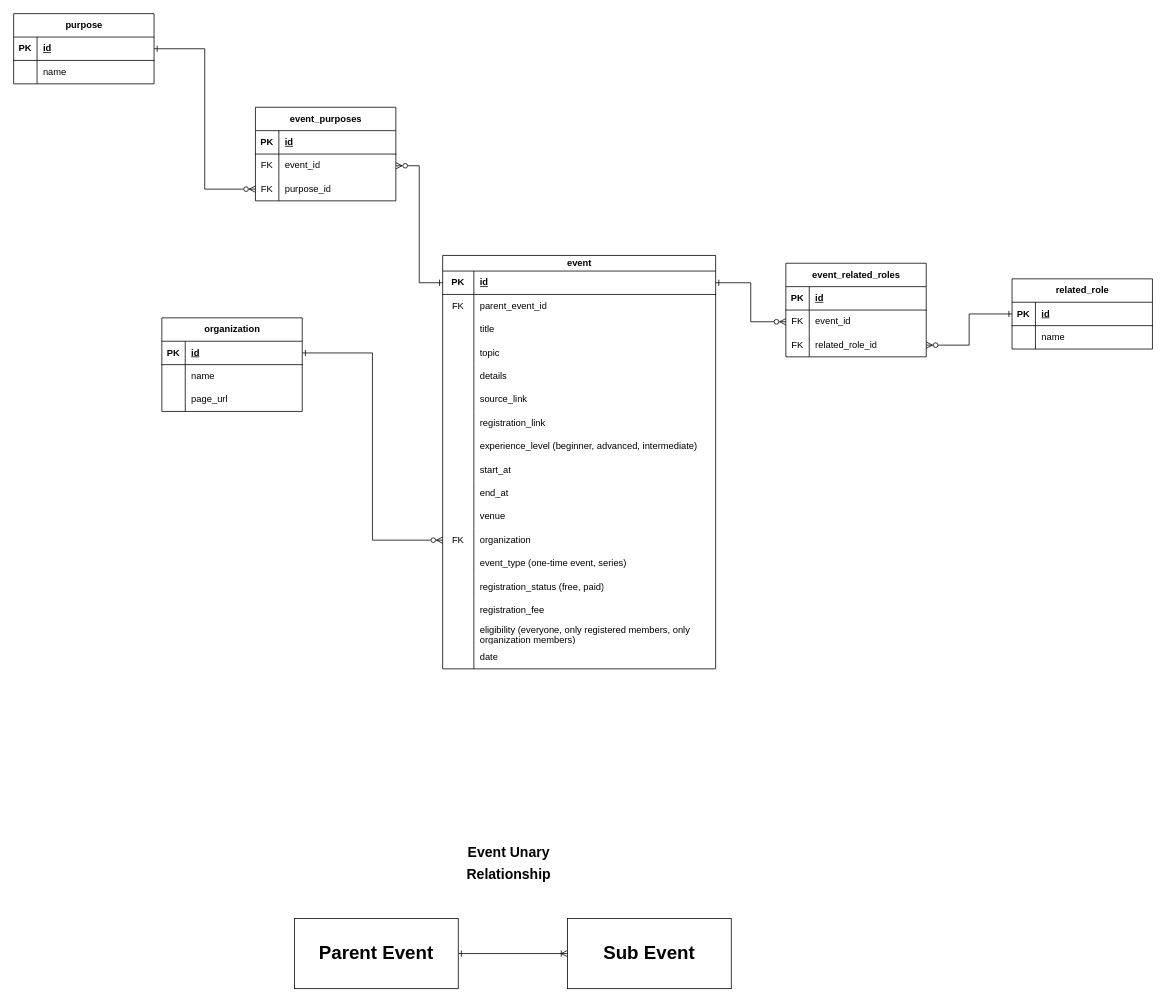
RHILIUS/drawio keeps this draw.io diagram as 2Gether.drawio. Above is the earlier version. Source tidied: cells renumbered, new cells numbered last; positions are measured from the earlier drawing's top-left corner, leaving out a move shared by most shapes. Both pictures are drawn from the tidied source at 78%, with x=0, y=0 at pixel (13, 13).
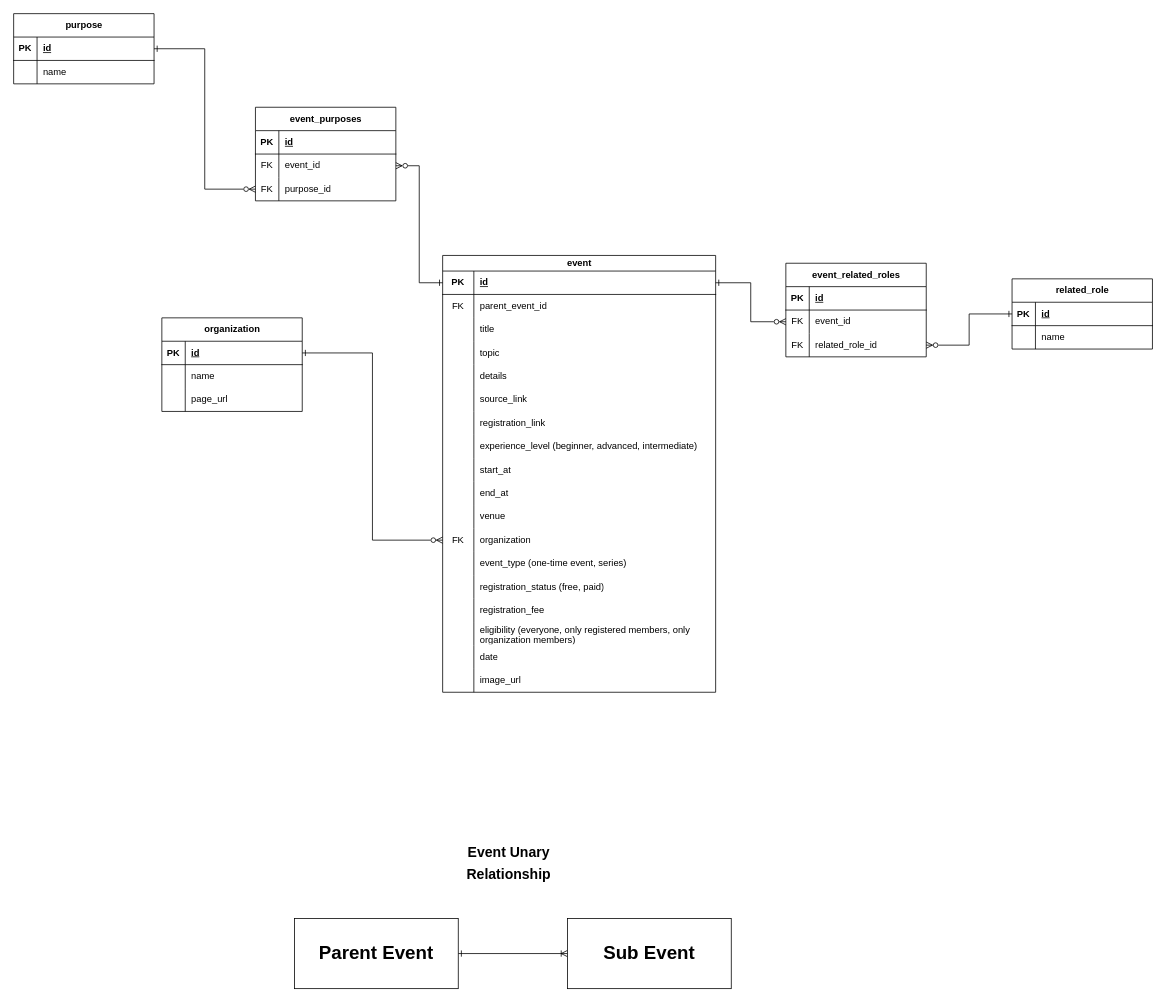
The same page after the edit.

The edit, as a diff of the source:
```diff
@@
     <mxCell id="2" value="event" style="shape=table;startSize=20;childLayout=tableLayout;rowLines=0;fontStyle=1;align=center;html=1;" parent="1" vertex="1">
-      <mxGeometry x="550" y="310" width="350" height="530" as="geometry" />
+      <mxGeometry x="550" y="310" width="350" height="560" as="geometry" />
     </mxCell>
@@
+    <mxCell id="107" style="shape=tableRow;horizontal=0;startSize=0;swimlaneHead=0;swimlaneBody=0;fillColor=none;top=0;left=0;right=0;bottom=0;" parent="2" vertex="1">
+      <mxGeometry y="530" width="350" height="30" as="geometry" />
+    </mxCell>
+    <mxCell id="108" style="shape=partialRectangle;fillColor=none;top=0;left=0;bottom=0;right=0;overflow=hidden;whiteSpace=wrap;html=1;" parent="107" vertex="1">
+      <mxGeometry width="40" height="30" as="geometry" />
+    </mxCell>
+    <mxCell id="109" value="image_url" style="shape=partialRectangle;fillColor=none;top=0;left=0;bottom=0;right=0;align=left;spacingLeft=6;overflow=hidden;whiteSpace=wrap;html=1;" parent="107" vertex="1">
+      <mxGeometry x="40" width="310" height="30" as="geometry" />
+    </mxCell>
```
